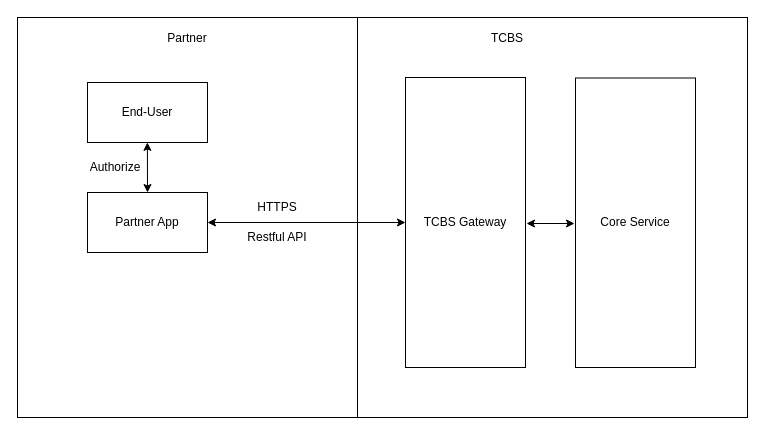
The draw.io diagram TCBS_C_Architecture.drawio in ndhcoder/my-configs, before the edit. Source tidied: cells renumbered, new cells numbered last; positions are measured from the earlier drawing's top-left corner, leaving out a move shared by most shapes. Both pictures are drawn from the tidied source at 100%, with x=0, y=0 at pixel (17, 17).
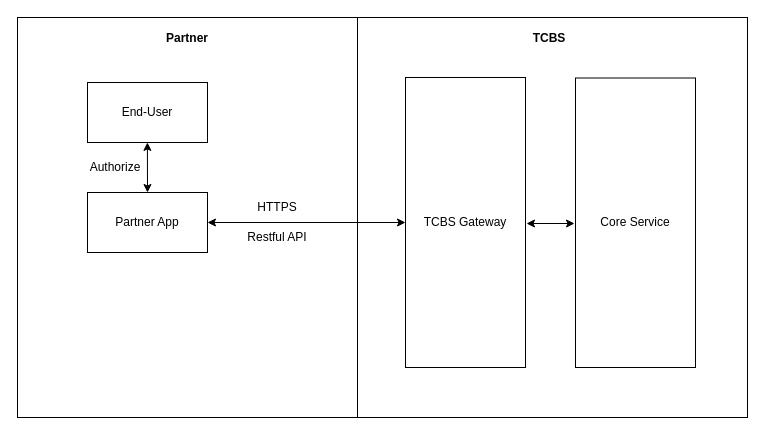
The same diagram, later.

Diff of the diagram source:
```diff
@@
 <mxGraphModel>
   <root>
     <mxCell id="0" />
     <mxCell id="1" parent="0" />
     <mxCell id="2" style="rounded=0;whiteSpace=wrap;html=1;" parent="1" vertex="1">
       <mxGeometry width="340" height="400" as="geometry" />
     </mxCell>
     <mxCell id="3" style="rounded=0;whiteSpace=wrap;html=1;" parent="1" vertex="1">
       <mxGeometry x="340" width="390" height="400" as="geometry" />
     </mxCell>
     <mxCell id="4" value="End-User" style="rounded=0;whiteSpace=wrap;html=1;" parent="1" vertex="1">
       <mxGeometry x="70" y="65" width="120" height="60" as="geometry" />
     </mxCell>
     <mxCell id="5" value="Partner App" style="rounded=0;whiteSpace=wrap;html=1;" parent="1" vertex="1">
       <mxGeometry x="70" y="175" width="120" height="60" as="geometry" />
     </mxCell>
     <mxCell id="6" style="endArrow=classic;startArrow=classic;html=1;rounded=0;entryX=0.216;entryY=0.378;entryDx=0;entryDy=0;entryPerimeter=0;" parent="1" edge="1">
       <mxGeometry relative="1" as="geometry">
         <mxPoint x="130" y="175" as="sourcePoint" />
         <mxPoint x="129.9" y="124.9" as="targetPoint" />
       </mxGeometry>
     </mxCell>
-    <mxCell id="7" value="Partner" style="text;html=1;strokeColor=none;fillColor=none;align=center;verticalAlign=middle;whiteSpace=wrap;rounded=0;" parent="1" vertex="1">
+    <mxCell id="7" value="Partner" style="text;html=1;strokeColor=none;fillColor=none;align=center;verticalAlign=middle;whiteSpace=wrap;rounded=0;fontStyle=1;" parent="1" vertex="1">
       <mxGeometry x="140" y="6" width="60" height="30" as="geometry" />
     </mxCell>
     <mxCell id="8" style="endArrow=classic;startArrow=classic;html=1;rounded=0;exitX=1;exitY=0.5;exitDx=0;exitDy=0;" parent="1" edge="1" source="5" target="12">
       <mxGeometry relative="1" as="geometry" />
     </mxCell>
     <mxCell id="9" value="HTTPS" style="text;html=1;strokeColor=none;fillColor=none;align=center;verticalAlign=middle;whiteSpace=wrap;rounded=0;" parent="1" vertex="1">
       <mxGeometry x="230" y="175" width="60" height="30" as="geometry" />
     </mxCell>
     <mxCell id="10" value="Restful API" style="text;html=1;strokeColor=none;fillColor=none;align=center;verticalAlign=middle;whiteSpace=wrap;rounded=0;" parent="1" vertex="1">
       <mxGeometry x="220" y="205" width="80" height="30" as="geometry" />
     </mxCell>
-    <mxCell id="11" value="TCBS" style="text;html=1;strokeColor=none;fillColor=none;align=center;verticalAlign=middle;whiteSpace=wrap;rounded=0;" parent="1" vertex="1">
-      <mxGeometry x="460" y="6" width="60" height="30" as="geometry" />
+    <mxCell id="11" value="TCBS" style="text;html=1;strokeColor=none;fillColor=none;align=center;verticalAlign=middle;whiteSpace=wrap;rounded=0;fontStyle=1;" parent="1" vertex="1">
+      <mxGeometry x="502" y="6" width="60" height="30" as="geometry" />
     </mxCell>
     <mxCell id="12" value="TCBS Gateway" style="rounded=0;whiteSpace=wrap;html=1;" parent="1" vertex="1">
       <mxGeometry x="388" y="60" width="120" height="290" as="geometry" />
     </mxCell>
     <mxCell id="13" value="Core Service" style="rounded=0;whiteSpace=wrap;html=1;" parent="1" vertex="1">
       <mxGeometry x="558" y="60.5" width="120" height="289.5" as="geometry" />
     </mxCell>
     <mxCell id="14" style="endArrow=classic;startArrow=classic;html=1;rounded=0;entryX=0;entryY=0.5;entryDx=0;entryDy=0;" parent="1" edge="1">
       <mxGeometry relative="1" as="geometry">
         <mxPoint x="509" y="206" as="sourcePoint" />
         <mxPoint x="557" y="206" as="targetPoint" />
       </mxGeometry>
     </mxCell>
     <mxCell id="15" value="Authorize" style="text;html=1;strokeColor=none;fillColor=none;align=center;verticalAlign=middle;whiteSpace=wrap;rounded=0;" parent="1" vertex="1">
       <mxGeometry x="58" y="135" width="80" height="30" as="geometry" />
     </mxCell>
   </root>
 </mxGraphModel>
```
